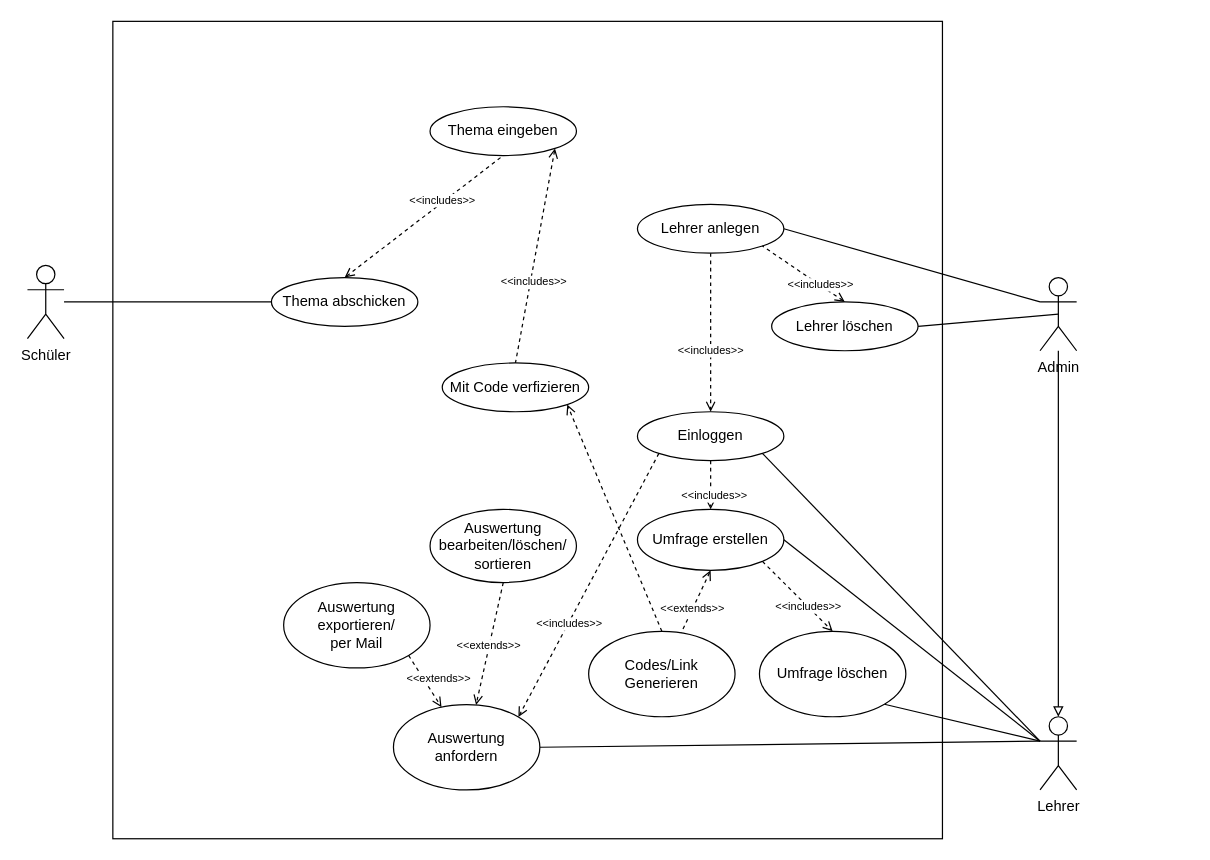
The draw.io diagram Sprint-0/Use-Case-Diagram.drawio in AllCatchingEye/School-Hackathon, before the edit. Source tidied: cells renumbered, new cells numbered last; positions are measured from the earlier drawing's top-left corner, leaving out a move shared by most shapes. Both pictures are drawn from the tidied source at 122%, with x=0, y=0 at pixel (27, 21).
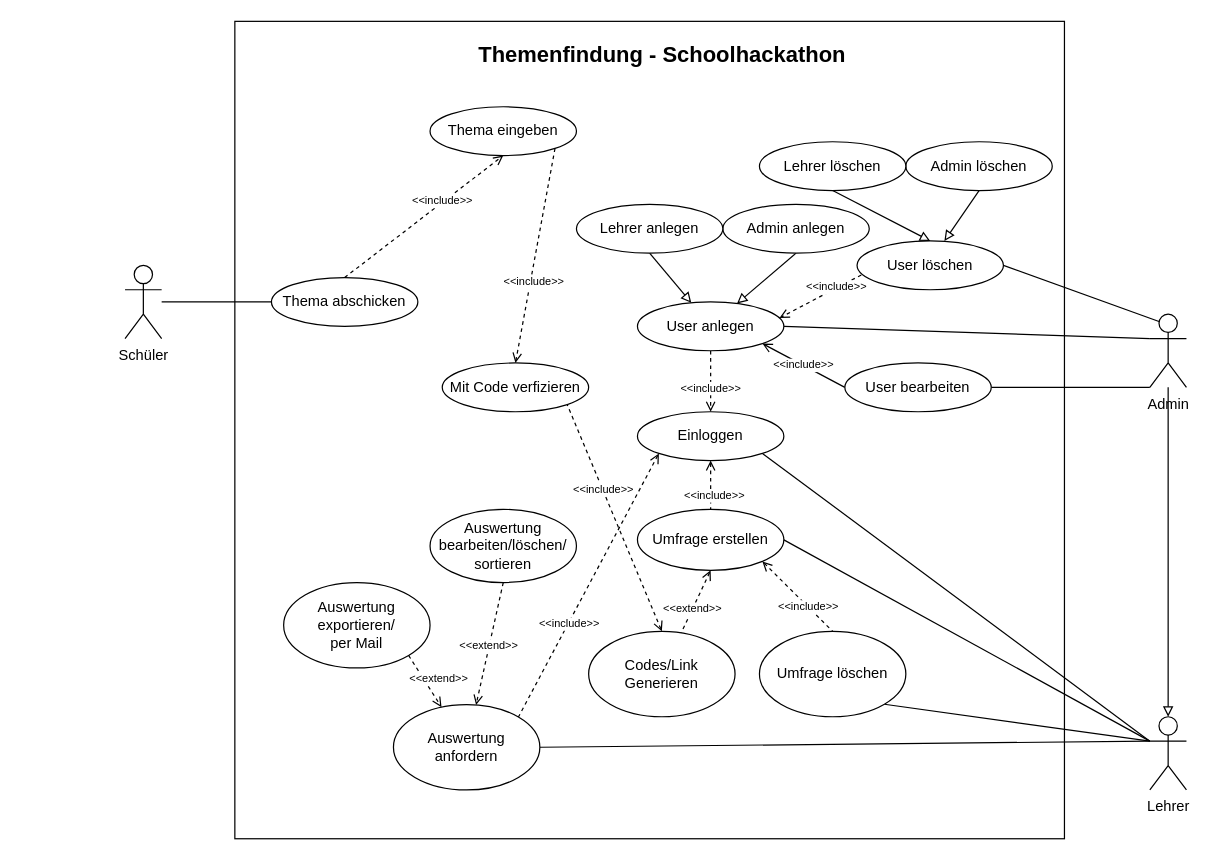
The same diagram, later.

Commit message (it also covers changes not shown here):
Added Use Case files

Unchanged cells that the change refers to:
```xml
<mxCell id="3" style="edgeStyle=none;rounded=0;jettySize=auto;html=1;exitX=0.5;exitY=1;exitDx=0;exitDy=0;dashed=1;fontSize=9;startArrow=none;startFill=0;endArrow=open;endFill=0;" parent="1" edge="1" source="5" target="28">
  <mxGeometry relative="1" as="geometry" />
</mxCell>
<mxCell id="6" style="edgeStyle=none;rounded=0;jettySize=auto;html=1;exitX=0.5;exitY=1;exitDx=0;exitDy=0;dashed=1;fontSize=9;startArrow=open;startFill=0;endArrow=none;endFill=0;" parent="1" edge="1" source="10" target="27">
  <mxGeometry relative="1" as="geometry" />
</mxCell>
<mxCell id="10" value="Umfrage erstellen" style="ellipse;whiteSpace=wrap;html=1;" parent="1" vertex="1">
  <mxGeometry x="500" y="400" width="120" height="50" as="geometry" />
</mxCell>
<mxCell id="25" value="Einloggen" style="ellipse;whiteSpace=wrap;html=1;" parent="1" vertex="1">
  <mxGeometry x="500" y="320" width="120" height="40" as="geometry" />
</mxCell>
<mxCell id="27" value="Codes/Link Generieren" style="ellipse;whiteSpace=wrap;html=1;" parent="1" vertex="1">
  <mxGeometry x="460" y="500" width="120" height="70" as="geometry" />
</mxCell>
<mxCell id="28" value="Auswertung anfordern" style="ellipse;whiteSpace=wrap;html=1;" parent="1" vertex="1">
  <mxGeometry x="300" y="560" width="120" height="70" as="geometry" />
</mxCell>
<mxCell id="29" style="edgeStyle=none;rounded=0;jettySize=auto;html=1;exitX=1;exitY=1;exitDx=0;exitDy=0;dashed=1;fontSize=9;startArrow=none;startFill=0;endArrow=open;endFill=0;" parent="1" edge="1" source="31" target="28">
  <mxGeometry relative="1" as="geometry" />
</mxCell>
<mxCell id="32" value="Umfrage löschen" style="ellipse;whiteSpace=wrap;html=1;" parent="1" vertex="1">
  <mxGeometry x="600" y="500" width="120" height="70" as="geometry" />
</mxCell>
<mxCell id="39" value="Mit Code verfizieren" style="ellipse;whiteSpace=wrap;html=1;" parent="1" vertex="1">
  <mxGeometry x="340" y="280" width="120" height="40" as="geometry" />
</mxCell>
<mxCell id="42" value="Thema eingeben" style="ellipse;whiteSpace=wrap;html=1;" parent="1" vertex="1">
  <mxGeometry x="330" y="70" width="120" height="40" as="geometry" />
</mxCell>
<mxCell id="44" value="Thema abschicken" style="ellipse;whiteSpace=wrap;html=1;" parent="1" vertex="1">
  <mxGeometry x="200" y="210" width="120" height="40" as="geometry" />
</mxCell>
```

Change to the diagram source:
```diff
@@
     <mxCell id="2" style="rounded=0;whiteSpace=wrap;html=1;" parent="1" vertex="1">
-      <mxGeometry x="70" width="680" height="670" as="geometry" />
+      <mxGeometry x="170" width="680" height="670" as="geometry" />
     </mxCell>
@@
-    <mxCell id="4" value="&amp;lt;&amp;lt;extends&amp;gt;&amp;gt;" style="edgeLabel;html=1;align=center;verticalAlign=middle;fontSize=9;" parent="3" vertex="1">
+    <mxCell id="4" value="&amp;lt;&amp;lt;extend&amp;gt;&amp;gt;" style="edgeLabel;html=1;align=center;verticalAlign=middle;fontSize=9;" parent="3" vertex="1">
       <mxGeometry x="0.23" y="1" relative="1" as="geometry">
         <mxPoint y="-10" as="offset" />
       </mxGeometry>
     </mxCell>
@@
-    <mxCell id="7" value="&amp;lt;&amp;lt;extends&amp;gt;&amp;gt;" style="edgeLabel;html=1;align=center;verticalAlign=middle;fontSize=9;" parent="6" vertex="1">
+    <mxCell id="7" value="&amp;lt;&amp;lt;extend&amp;gt;&amp;gt;" style="edgeLabel;html=1;align=center;verticalAlign=middle;fontSize=9;" parent="6" vertex="1">
       <mxGeometry x="0.22" y="-1" relative="1" as="geometry" />
     </mxCell>
-    <mxCell id="8" style="edgeStyle=none;rounded=0;jettySize=auto;html=1;exitX=1;exitY=1;exitDx=0;exitDy=0;entryX=0.5;entryY=0;entryDx=0;entryDy=0;fontSize=9;startArrow=none;startFill=0;endArrow=open;endFill=0;dashed=1;" parent="1" edge="1" source="10" target="32">
+    <mxCell id="8" style="edgeStyle=none;rounded=0;jettySize=auto;html=1;exitX=1;exitY=1;exitDx=0;exitDy=0;entryX=0.5;entryY=0;entryDx=0;entryDy=0;fontSize=9;startArrow=open;startFill=0;endArrow=none;endFill=0;dashed=1;" parent="1" edge="1" source="10" target="32">
       <mxGeometry relative="1" as="geometry" />
     </mxCell>
-    <mxCell id="9" value="&amp;lt;&amp;lt;includes&amp;gt;&amp;gt;" style="edgeLabel;html=1;align=center;verticalAlign=middle;fontSize=9;" parent="8" vertex="1">
+    <mxCell id="9" value="&amp;lt;&amp;lt;include&amp;gt;&amp;gt;" style="edgeLabel;html=1;align=center;verticalAlign=middle;fontSize=9;" parent="8" vertex="1">
       <mxGeometry x="0.28" relative="1" as="geometry" />
     </mxCell>
@@
     <mxCell id="11" value="Schüler" style="shape=umlActor;verticalLabelPosition=bottom;verticalAlign=top;html=1;outlineConnect=0;" parent="1" vertex="1">
-      <mxGeometry y="200" width="30" height="60" as="geometry" />
+      <mxGeometry x="80" y="200" width="30" height="60" as="geometry" />
     </mxCell>
@@
     <mxCell id="16" value="Lehrer" style="shape=umlActor;verticalLabelPosition=bottom;verticalAlign=top;html=1;outlineConnect=0;" parent="1" vertex="1">
-      <mxGeometry x="830" y="570" width="30" height="60" as="geometry" />
+      <mxGeometry x="920" y="570" width="30" height="60" as="geometry" />
     </mxCell>
@@
-    <mxCell id="19" style="edgeStyle=none;rounded=0;jettySize=auto;html=1;exitX=0.5;exitY=0.5;exitDx=0;exitDy=0;exitPerimeter=0;entryX=1;entryY=0.5;entryDx=0;entryDy=0;fontSize=9;startArrow=none;startFill=0;endArrow=none;endFill=0;" parent="1" edge="1" source="20" target="38">
+    <mxCell id="19" style="edgeStyle=none;rounded=0;jettySize=auto;html=1;exitX=0.25;exitY=0.1;exitDx=0;exitDy=0;exitPerimeter=0;entryX=1;entryY=0.5;entryDx=0;entryDy=0;fontSize=9;startArrow=none;startFill=0;endArrow=none;endFill=0;" parent="1" edge="1" source="20" target="38">
       <mxGeometry relative="1" as="geometry" />
     </mxCell>
+    <mxCell id="47" style="edgeStyle=none;rounded=0;jettySize=auto;html=1;exitX=0;exitY=1;exitDx=0;exitDy=0;exitPerimeter=0;entryX=1;entryY=0.5;entryDx=0;entryDy=0;fontSize=9;startArrow=none;startFill=0;endArrow=none;endFill=0;" parent="1" edge="1" source="20" target="59">
+      <mxGeometry relative="1" as="geometry" />
+    </mxCell>
     <mxCell id="20" value="Admin" style="shape=umlActor;verticalLabelPosition=bottom;verticalAlign=top;html=1;outlineConnect=0;" parent="1" vertex="1">
-      <mxGeometry x="830" y="210" width="30" height="60" as="geometry" />
+      <mxGeometry x="920" y="240" width="30" height="60" as="geometry" />
     </mxCell>
-    <mxCell id="21" style="edgeStyle=none;rounded=0;jettySize=auto;html=1;exitX=0.5;exitY=1;exitDx=0;exitDy=0;fontSize=9;endArrow=open;endFill=0;dashed=1;startArrow=none;startFill=0;" parent="1" edge="1" source="25" target="10">
+    <mxCell id="21" style="edgeStyle=none;rounded=0;jettySize=auto;html=1;exitX=0.5;exitY=1;exitDx=0;exitDy=0;fontSize=9;endArrow=none;endFill=0;dashed=1;startArrow=open;startFill=0;" parent="1" edge="1" source="25" target="10">
       <mxGeometry relative="1" as="geometry" />
     </mxCell>
-    <mxCell id="22" value="&amp;lt;&amp;lt;includes&amp;gt;&amp;gt;" style="edgeLabel;html=1;align=center;verticalAlign=middle;fontSize=9;" parent="21" vertex="1">
+    <mxCell id="22" value="&amp;lt;&amp;lt;include&amp;gt;&amp;gt;" style="edgeLabel;html=1;align=center;verticalAlign=middle;fontSize=9;" parent="21" vertex="1">
       <mxGeometry x="0.38" y="2" relative="1" as="geometry" />
     </mxCell>
-    <mxCell id="23" style="edgeStyle=none;rounded=0;jettySize=auto;html=1;exitX=0;exitY=1;exitDx=0;exitDy=0;entryX=1;entryY=0;entryDx=0;entryDy=0;fontSize=9;startArrow=none;startFill=0;endArrow=open;endFill=0;dashed=1;" parent="1" edge="1" source="25" target="28">
+    <mxCell id="23" style="edgeStyle=none;rounded=0;jettySize=auto;html=1;exitX=0;exitY=1;exitDx=0;exitDy=0;entryX=1;entryY=0;entryDx=0;entryDy=0;fontSize=9;startArrow=open;startFill=0;endArrow=none;endFill=0;dashed=1;" parent="1" edge="1" source="25" target="28">
       <mxGeometry relative="1" as="geometry" />
     </mxCell>
-    <mxCell id="24" value="&amp;lt;&amp;lt;includes&amp;gt;&amp;gt;" style="edgeLabel;html=1;align=center;verticalAlign=middle;fontSize=9;" parent="23" vertex="1">
+    <mxCell id="24" value="&amp;lt;&amp;lt;include&amp;gt;&amp;gt;" style="edgeLabel;html=1;align=center;verticalAlign=middle;fontSize=9;" parent="23" vertex="1">
       <mxGeometry x="0.29" y="-1" relative="1" as="geometry">
         <mxPoint x="1" as="offset" />
       </mxGeometry>
     </mxCell>
@@
-    <mxCell id="26" style="edgeStyle=none;rounded=0;jettySize=auto;html=1;exitX=0.5;exitY=0;exitDx=0;exitDy=0;entryX=1;entryY=1;entryDx=0;entryDy=0;fontSize=9;startArrow=none;startFill=0;endArrow=open;endFill=0;dashed=1;" parent="1" edge="1" source="27" target="39">
+    <mxCell id="26" style="edgeStyle=none;rounded=0;jettySize=auto;html=1;exitX=0.5;exitY=0;exitDx=0;exitDy=0;entryX=1;entryY=1;entryDx=0;entryDy=0;fontSize=9;startArrow=open;startFill=0;endArrow=none;endFill=0;dashed=1;" parent="1" edge="1" source="27" target="39">
       <mxGeometry relative="1" as="geometry" />
     </mxCell>
+    <mxCell id="48" value="&lt;font style=&quot;font-size: 9px&quot;&gt;&amp;lt;&amp;lt;include&amp;gt;&amp;gt;&lt;/font&gt;" style="edgeLabel;html=1;align=center;verticalAlign=middle;" parent="26" vertex="1">
+      <mxGeometry x="0.26" relative="1" as="geometry" />
+    </mxCell>
@@
-    <mxCell id="30" value="&amp;lt;&amp;lt;extends&amp;gt;&amp;gt;" style="edgeLabel;html=1;align=center;verticalAlign=middle;fontSize=9;" parent="29" vertex="1">
+    <mxCell id="30" value="&amp;lt;&amp;lt;extend&amp;gt;&amp;gt;" style="edgeLabel;html=1;align=center;verticalAlign=middle;fontSize=9;" parent="29" vertex="1">
       <mxGeometry x="-0.41" relative="1" as="geometry">
         <mxPoint x="16" y="6" as="offset" />
       </mxGeometry>
     </mxCell>
@@
-    <mxCell id="33" style="edgeStyle=none;rounded=0;jettySize=auto;html=1;exitX=0.5;exitY=1;exitDx=0;exitDy=0;fontSize=9;startArrow=none;startFill=0;endArrow=open;endFill=0;dashed=1;" parent="1" edge="1" source="35" target="25">
-      <mxGeometry relative="1" as="geometry" />
+    <mxCell id="33" style="edgeStyle=none;rounded=0;jettySize=auto;html=1;exitX=0.5;exitY=1;exitDx=0;exitDy=0;fontSize=9;startArrow=none;startFill=0;endArrow=open;endFill=0;dashed=1;" parent="1" edge="1" source="35">
+      <mxGeometry relative="1" as="geometry">
+        <mxPoint x="560" y="320" as="targetPoint" />
+      </mxGeometry>
     </mxCell>
-    <mxCell id="34" value="&amp;lt;&amp;lt;includes&amp;gt;&amp;gt;" style="edgeLabel;html=1;align=center;verticalAlign=middle;fontSize=9;" parent="33" vertex="1">
+    <mxCell id="34" value="&amp;lt;&amp;lt;include&amp;gt;&amp;gt;" style="edgeLabel;html=1;align=center;verticalAlign=middle;fontSize=9;" parent="33" vertex="1">
       <mxGeometry x="0.21" y="-1" relative="1" as="geometry" />
     </mxCell>
+    <mxCell id="49" style="edgeStyle=none;rounded=0;jettySize=auto;html=1;fontSize=18;startArrow=block;startFill=0;endArrow=none;endFill=0;entryX=0.5;entryY=1;entryDx=0;entryDy=0;" parent="1" edge="1" target="52">
+      <mxGeometry relative="1" as="geometry">
+        <mxPoint x="581.6" y="231.3" as="sourcePoint" />
+      </mxGeometry>
+    </mxCell>
+    <mxCell id="50" value="&amp;lt;&amp;lt;include&amp;gt;&amp;gt;" style="edgeStyle=none;rounded=0;jettySize=auto;html=1;exitX=1;exitY=1;exitDx=0;exitDy=0;entryX=0;entryY=0.5;entryDx=0;entryDy=0;fontSize=9;startArrow=open;startFill=0;endArrow=none;endFill=0;" parent="1" edge="1" source="35" target="59">
+      <mxGeometry relative="1" as="geometry" />
+    </mxCell>
-    <mxCell id="35" value="Lehrer anlegen" style="ellipse;whiteSpace=wrap;html=1;" parent="1" vertex="1">
-      <mxGeometry x="500" y="150" width="120" height="40" as="geometry" />
+    <mxCell id="35" value="User anlegen" style="ellipse;whiteSpace=wrap;html=1;" parent="1" vertex="1">
+      <mxGeometry x="500" y="230" width="120" height="40" as="geometry" />
     </mxCell>
-    <mxCell id="36" style="edgeStyle=none;rounded=0;jettySize=auto;html=1;exitX=0.5;exitY=0;exitDx=0;exitDy=0;entryX=1;entryY=1;entryDx=0;entryDy=0;dashed=1;fontSize=9;startArrow=open;startFill=0;endArrow=none;endFill=0;" parent="1" edge="1" source="38" target="35">
+    <mxCell id="36" style="edgeStyle=none;rounded=0;jettySize=auto;html=1;exitX=0.029;exitY=0.697;exitDx=0;exitDy=0;entryX=0.97;entryY=0.329;entryDx=0;entryDy=0;dashed=1;fontSize=9;startArrow=none;startFill=0;endArrow=open;endFill=0;entryPerimeter=0;exitPerimeter=0;" parent="1" edge="1" source="38" target="35">
       <mxGeometry relative="1" as="geometry" />
     </mxCell>
-    <mxCell id="37" value="&amp;lt;&amp;lt;includes&amp;gt;&amp;gt;" style="edgeLabel;html=1;align=center;verticalAlign=middle;fontSize=9;" parent="36" vertex="1">
+    <mxCell id="37" value="&lt;div&gt;&amp;lt;&amp;lt;include&amp;gt;&amp;gt;&lt;/div&gt;" style="edgeLabel;html=1;align=center;verticalAlign=middle;fontSize=9;" parent="36" vertex="1">
       <mxGeometry x="-0.39" y="-1" relative="1" as="geometry" />
     </mxCell>
-    <mxCell id="38" value="Lehrer löschen" style="ellipse;whiteSpace=wrap;html=1;" parent="1" vertex="1">
-      <mxGeometry x="610" y="230" width="120" height="40" as="geometry" />
+    <mxCell id="38" value="User löschen" style="ellipse;whiteSpace=wrap;html=1;" parent="1" vertex="1">
+      <mxGeometry x="680" y="180" width="120" height="40" as="geometry" />
     </mxCell>
@@
-    <mxCell id="40" style="edgeStyle=none;rounded=0;jettySize=auto;html=1;exitX=1;exitY=1;exitDx=0;exitDy=0;entryX=0.5;entryY=0;entryDx=0;entryDy=0;fontSize=9;startArrow=open;startFill=0;endArrow=none;endFill=0;dashed=1;" parent="1" edge="1" source="42" target="39">
+    <mxCell id="40" style="edgeStyle=none;rounded=0;jettySize=auto;html=1;exitX=1;exitY=1;exitDx=0;exitDy=0;entryX=0.5;entryY=0;entryDx=0;entryDy=0;fontSize=9;startArrow=none;startFill=0;endArrow=open;endFill=0;dashed=1;" parent="1" edge="1" source="42" target="39">
       <mxGeometry relative="1" as="geometry" />
     </mxCell>
-    <mxCell id="41" value="&amp;lt;&amp;lt;includes&amp;gt;&amp;gt;" style="edgeLabel;html=1;align=center;verticalAlign=middle;fontSize=9;" parent="40" vertex="1">
+    <mxCell id="41" value="&lt;div&gt;&amp;lt;&amp;lt;include&amp;gt;&amp;gt;&lt;/div&gt;" style="edgeLabel;html=1;align=center;verticalAlign=middle;fontSize=9;" parent="40" vertex="1">
       <mxGeometry x="0.24" y="2" relative="1" as="geometry" />
     </mxCell>
@@
-    <mxCell id="45" style="edgeStyle=none;rounded=0;jettySize=auto;html=1;exitX=0.5;exitY=0;exitDx=0;exitDy=0;entryX=0.5;entryY=1;entryDx=0;entryDy=0;fontSize=9;startArrow=open;startFill=0;endArrow=none;endFill=0;dashed=1;" parent="1" edge="1" source="44" target="42">
+    <mxCell id="45" style="edgeStyle=none;rounded=0;jettySize=auto;html=1;exitX=0.5;exitY=0;exitDx=0;exitDy=0;entryX=0.5;entryY=1;entryDx=0;entryDy=0;fontSize=9;startArrow=none;startFill=0;endArrow=open;endFill=0;dashed=1;" parent="1" edge="1" source="44" target="42">
       <mxGeometry relative="1" as="geometry" />
     </mxCell>
-    <mxCell id="46" value="&amp;lt;&amp;lt;includes&amp;gt;&amp;gt;" style="edgeLabel;html=1;align=center;verticalAlign=middle;fontSize=9;" parent="45" vertex="1">
+    <mxCell id="46" value="&amp;lt;&amp;lt;include&amp;gt;&amp;gt;" style="edgeLabel;html=1;align=center;verticalAlign=middle;fontSize=9;" parent="45" vertex="1">
       <mxGeometry x="0.24" y="2" relative="1" as="geometry" />
     </mxCell>
+    <mxCell id="51" value="&lt;font style=&quot;font-size: 18px&quot;&gt;Themenfindung - Schoolhackathon&lt;br&gt;&lt;/font&gt;" style="text;strokeColor=none;fillColor=none;html=1;fontSize=24;fontStyle=1;verticalAlign=middle;align=center;" parent="1" vertex="1">
+      <mxGeometry x="470" y="6" width="100" height="40" as="geometry" />
+    </mxCell>
+    <mxCell id="52" value="Admin anlegen" style="ellipse;whiteSpace=wrap;html=1;" parent="1" vertex="1">
+      <mxGeometry x="570" y="150" width="120" height="40" as="geometry" />
+    </mxCell>
+    <mxCell id="53" style="edgeStyle=none;rounded=0;jettySize=auto;html=1;fontSize=18;startArrow=block;startFill=0;endArrow=none;endFill=0;entryX=0.5;entryY=1;entryDx=0;entryDy=0;" parent="1" edge="1" target="54">
+      <mxGeometry relative="1" as="geometry">
+        <mxPoint x="544.1" y="230.7" as="sourcePoint" />
+      </mxGeometry>
+    </mxCell>
+    <mxCell id="54" value="Lehrer anlegen" style="ellipse;whiteSpace=wrap;html=1;" parent="1" vertex="1">
+      <mxGeometry x="450" y="150" width="120" height="40" as="geometry" />
+    </mxCell>
+    <mxCell id="55" style="edgeStyle=none;rounded=0;jettySize=auto;html=1;fontSize=18;startArrow=block;startFill=0;endArrow=none;endFill=0;entryX=0.5;entryY=1;entryDx=0;entryDy=0;" parent="1" edge="1" target="56">
+      <mxGeometry relative="1" as="geometry">
+        <mxPoint x="751.6" y="180" as="sourcePoint" />
+      </mxGeometry>
+    </mxCell>
+    <mxCell id="56" value="Admin löschen" style="ellipse;whiteSpace=wrap;html=1;" parent="1" vertex="1">
+      <mxGeometry x="720" y="98.7" width="120" height="40" as="geometry" />
+    </mxCell>
+    <mxCell id="57" style="edgeStyle=none;rounded=0;jettySize=auto;html=1;fontSize=18;startArrow=block;startFill=0;endArrow=none;endFill=0;entryX=0.5;entryY=1;entryDx=0;entryDy=0;exitX=0.5;exitY=0;exitDx=0;exitDy=0;" parent="1" edge="1" source="38" target="58">
+      <mxGeometry relative="1" as="geometry" />
+    </mxCell>
+    <mxCell id="58" value="Lehrer löschen" style="ellipse;whiteSpace=wrap;html=1;" parent="1" vertex="1">
+      <mxGeometry x="600" y="98.7" width="120" height="40" as="geometry" />
+    </mxCell>
+    <mxCell id="59" value="User bearbeiten" style="ellipse;whiteSpace=wrap;html=1;" parent="1" vertex="1">
+      <mxGeometry x="670" y="280" width="120" height="40" as="geometry" />
+    </mxCell>
```
